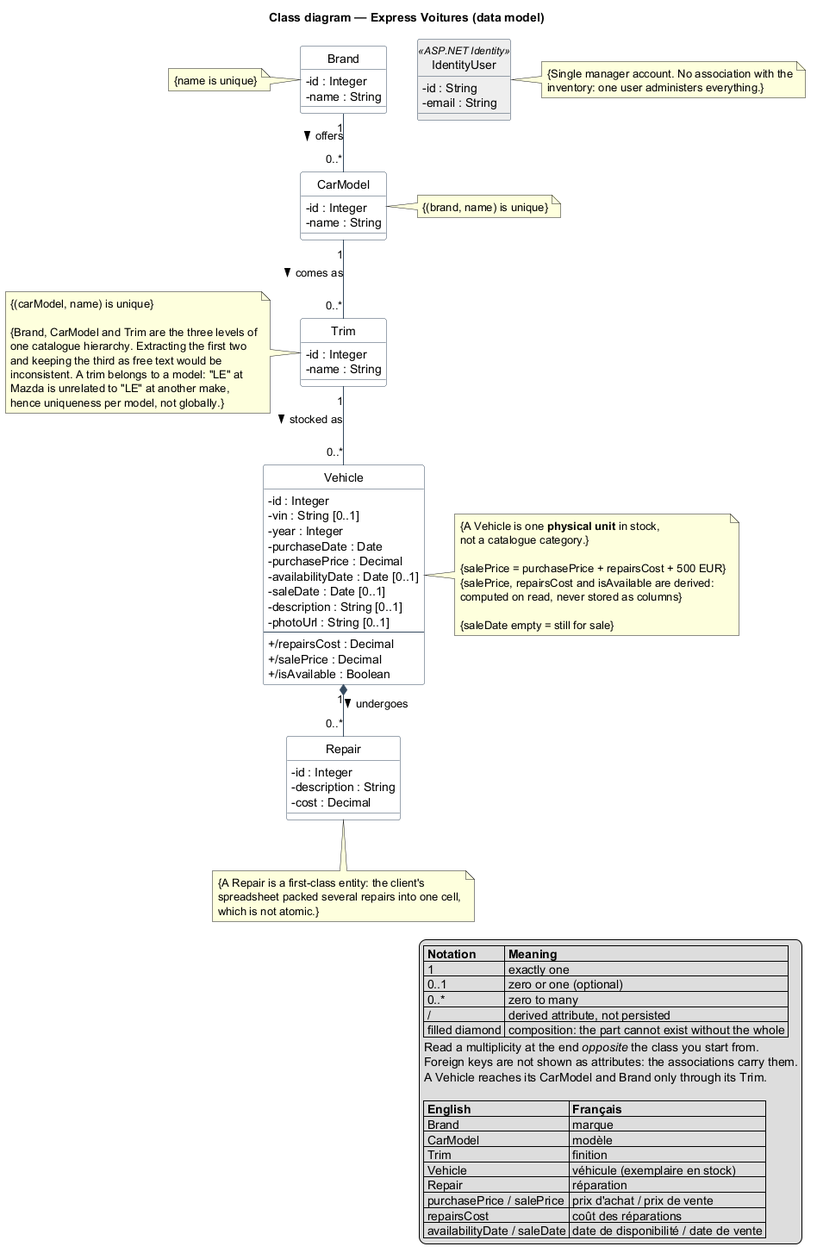
Earlier version of the PlantUML export docs/uml/data-model.png (diasantoine/P5).
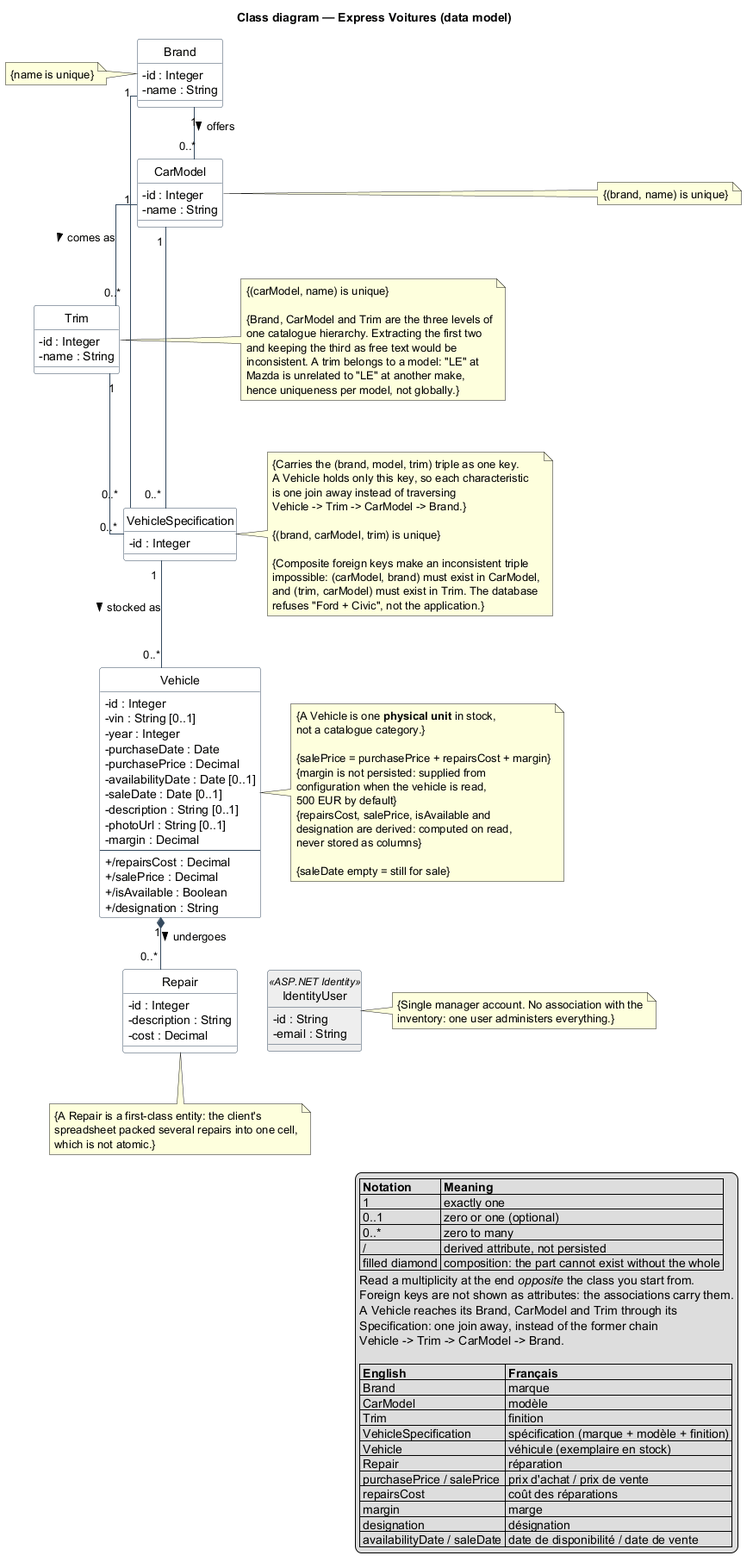
The same file after the commit.

Commit message:
Refond les diagrammes UML autour de la table de specification

What changed in the source:
```diff
@@ -26,6 +26,10 @@
   -name : String
 }
 
+class VehicleSpecification {
+  -id : Integer
+}
+
 class Vehicle {
   -id : Integer
   -vin : String [0..1]
@@ -36,10 +40,12 @@
   -saleDate : Date [0..1]
   -description : String [0..1]
   -photoUrl : String [0..1]
+  -margin : Decimal
   --
   +/repairsCost : Decimal
   +/salePrice : Decimal
   +/isAvailable : Boolean
+  +/designation : String
 }
 
 class Repair {
@@ -57,9 +63,13 @@
   {A Vehicle is one **physical unit** in stock,
   not a catalogue category.}
 
-  {salePrice = purchasePrice + repairsCost + 500 EUR}
-  {salePrice, repairsCost and isAvailable are derived:
-  computed on read, never stored as columns}
+  {salePrice = purchasePrice + repairsCost + margin}
+  {margin is not persisted: supplied from
+  configuration when the vehicle is read,
+  500 EUR by default}
+  {repairsCost, salePrice, isAvailable and
+  designation are derived: computed on read,
+  never stored as columns}
 
   {saleDate empty = still for sale}
 end note
@@ -94,9 +104,33 @@
   {(brand, name) is unique}
 end note
 
+note right of VehicleSpecification
+  {Carries the (brand, model, trim) triple as one key.
+  A Vehicle holds only this key, so each characteristic
+  is one join away instead of traversing
+  Vehicle -> Trim -> CarModel -> Brand.}
+
+  {(brand, carModel, trim) is unique}
+
+  {Composite foreign keys make an inconsistent triple
+  impossible: (carModel, brand) must exist in CarModel,
+  and (trim, carModel) must exist in Trim. The database
+  refuses "Ford + Civic", not the application.}
+end note
+
+Brand -[hidden]down- CarModel
+CarModel -[hidden]down- Trim
+CarModel -[hidden]right- VehicleSpecification
+VehicleSpecification -[hidden]down- Vehicle
+Vehicle -[hidden]down- Repair
+Repair -[hidden]right- IdentityUser
+
 Brand "1" -- "0..*" CarModel : offers >
 CarModel "1" -- "0..*" Trim : comes as >
-Trim "1" -- "0..*" Vehicle : stocked as >
+Brand "1" -- "0..*" VehicleSpecification
+CarModel "1" -- "0..*" VehicleSpecification
+Trim "1" -- "0..*" VehicleSpecification
+VehicleSpecification "1" -- "0..*" Vehicle : stocked as >
 Vehicle "1" *-- "0..*" Repair : undergoes >
 
 legend bottom right
@@ -108,16 +142,21 @@
   | filled diamond | composition: the part cannot exist without the whole |
   Read a multiplicity at the end //opposite// the class you start from.
   Foreign keys are not shown as attributes: the associations carry them.
-  A Vehicle reaches its CarModel and Brand only through its Trim.
+  A Vehicle reaches its Brand, CarModel and Trim through its
+  Specification: one join away, instead of the former chain
+  Vehicle -> Trim -> CarModel -> Brand.
 
   |= English |= Français |
   | Brand | marque |
   | CarModel | modèle |
   | Trim | finition |
+  | VehicleSpecification | spécification (marque + modèle + finition) |
   | Vehicle | véhicule (exemplaire en stock) |
   | Repair | réparation |
   | purchasePrice / salePrice | prix d'achat / prix de vente |
   | repairsCost | coût des réparations |
+  | margin | marge |
+  | designation | désignation |
   | availabilityDate / saleDate | date de disponibilité / date de vente |
 endlegend
 
```
